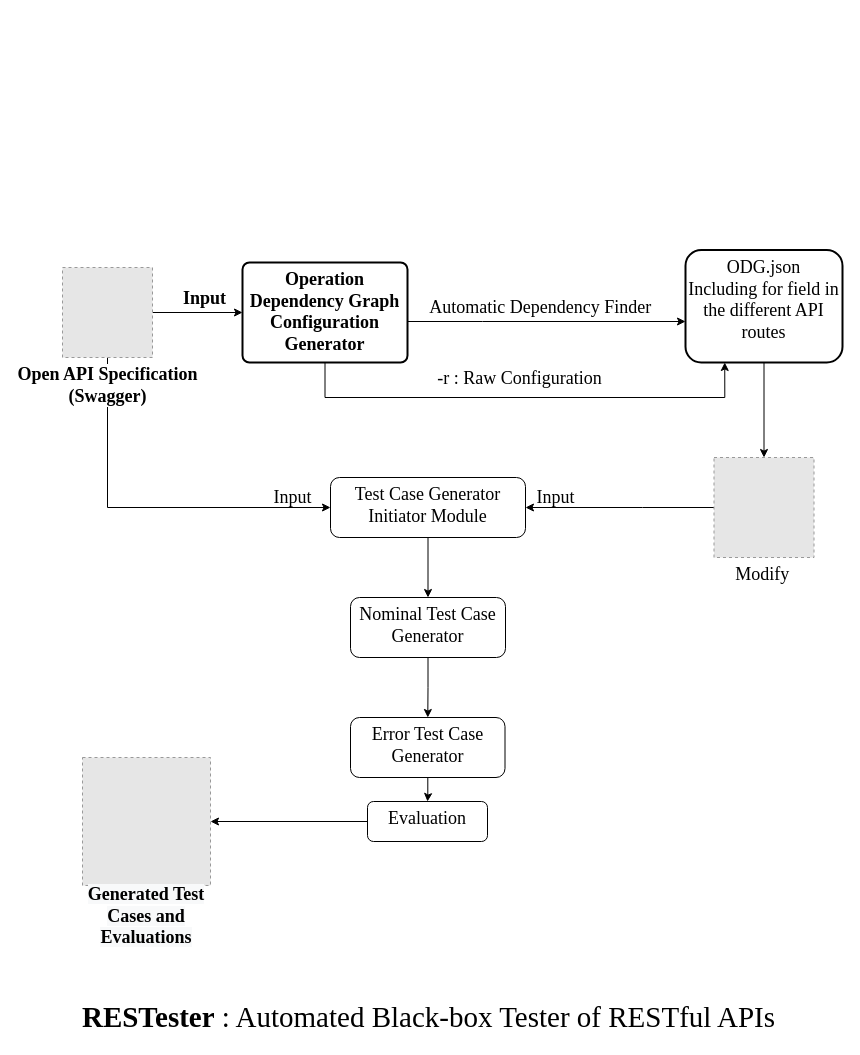
Earlier version of the draw.io diagram docs/RESTester.drawio (mmohajer9/RESTester). Source tidied: cells renumbered, new cells numbered last; positions are measured from the earlier drawing's top-left corner, leaving out a move shared by most shapes. Both pictures are drawn from the tidied source at 100%, with x=0, y=0 at pixel (62, 249). Pictures stored in the file or linked from it are replaced by grey dashed boxes.
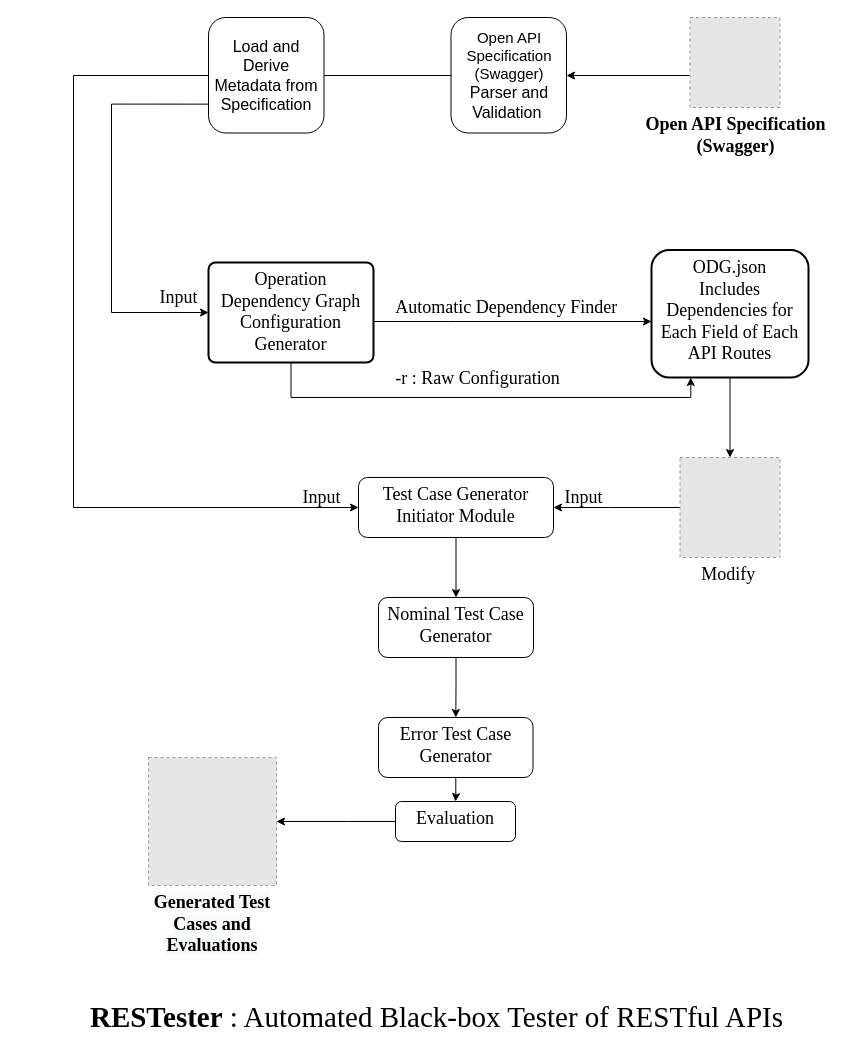
The same diagram, later.

The edit, as a diff of the source:
```diff
@@
-    <mxCell id="2" style="edgeStyle=orthogonalEdgeStyle;rounded=0;jettySize=auto;html=1;exitX=1;exitY=0.5;exitDx=0;exitDy=0;entryX=0;entryY=0.5;entryDx=0;entryDy=0;fontFamily=Times New Roman;fontSize=18;align=center;" parent="1" edge="1" source="5" target="10">
-      <mxGeometry relative="1" as="geometry" />
-    </mxCell>
-    <mxCell id="3" value="Input" style="edgeLabel;html=1;align=center;verticalAlign=middle;fontSize=18;fontFamily=Times New Roman;fontStyle=1;" parent="2" vertex="1">
-      <mxGeometry x="0.26" y="-1" relative="1" as="geometry">
-        <mxPoint x="-6" y="-16" as="offset" />
-      </mxGeometry>
-    </mxCell>
-    <mxCell id="4" style="edgeStyle=orthogonalEdgeStyle;rounded=0;jettySize=auto;html=1;fontFamily=Times New Roman;fontSize=18;entryX=0;entryY=0.5;entryDx=0;entryDy=0;align=center;" parent="1" edge="1" source="5" target="16">
+    <mxCell id="4" style="edgeStyle=orthogonalEdgeStyle;rounded=0;jettySize=auto;html=1;fontFamily=Times New Roman;fontSize=18;entryX=0;entryY=0.5;entryDx=0;entryDy=0;align=center;exitX=0;exitY=0.173;exitDx=0;exitDy=0;exitPerimeter=0;" parent="1" edge="1" source="29" target="16">
       <mxGeometry relative="1" as="geometry">
         <Array as="points">
-          <mxPoint x="45" y="258" />
+          <mxPoint x="453" y="-174" />
+          <mxPoint x="11" y="-174" />
+          <mxPoint x="11" y="258" />
         </Array>
       </mxGeometry>
     </mxCell>
+    <mxCell id="28" style="edgeStyle=orthogonalEdgeStyle;rounded=0;jettySize=auto;html=1;" parent="1" edge="1" target="29">
+      <mxGeometry relative="1" as="geometry">
+        <mxPoint x="627" y="-174" as="sourcePoint" />
+        <Array as="points">
+          <mxPoint x="627" y="-174" />
+        </Array>
+      </mxGeometry>
+    </mxCell>
     <mxCell id="5" value="Open API Specification&lt;br style=&quot;font-size: 18px;&quot;&gt;(Swagger)" style="fillColor=#E6E6E6;strokeColor=#999999;dashed=1;verticalAlign=top;verticalLabelPosition=bottom;labelBackgroundColor=#ffffff;align=center;fontStyle=1;fontSize=18;html=1;fontFamily=Times New Roman;" parent="1" vertex="1">
-      <mxGeometry y="18" width="90" height="90" as="geometry" />
+      <mxGeometry x="627.5" y="-232" width="90" height="90" as="geometry" />
     </mxCell>
     <mxCell id="6" style="edgeStyle=orthogonalEdgeStyle;rounded=0;jettySize=auto;html=1;fontFamily=Times New Roman;fontSize=18;align=center;" parent="1" edge="1" source="10" target="12">
       <mxGeometry relative="1" as="geometry">
         <Array as="points">
-          <mxPoint x="420" y="72" />
-          <mxPoint x="420" y="72" />
+          <mxPoint x="386" y="72" />
+          <mxPoint x="386" y="72" />
         </Array>
       </mxGeometry>
     </mxCell>
@@
     <mxCell id="8" style="edgeStyle=orthogonalEdgeStyle;rounded=0;jettySize=auto;html=1;exitX=0.5;exitY=1;exitDx=0;exitDy=0;fontFamily=Times New Roman;fontSize=18;entryX=0.25;entryY=1;entryDx=0;entryDy=0;align=center;" parent="1" edge="1" source="10" target="12">
       <mxGeometry relative="1" as="geometry">
         <Array as="points">
-          <mxPoint x="262" y="148" />
-          <mxPoint x="662" y="148" />
+          <mxPoint x="228" y="148" />
+          <mxPoint x="628" y="148" />
         </Array>
       </mxGeometry>
     </mxCell>
@@
-    <mxCell id="10" value="&lt;b style=&quot;font-size: 18px;&quot;&gt;&lt;font style=&quot;font-size: 18px;&quot;&gt;Operation Dependency Graph Configuration Generator&lt;/font&gt;&lt;/b&gt;" style="rounded=1;whiteSpace=wrap;html=1;absoluteArcSize=1;arcSize=14;strokeWidth=2;fontFamily=Times New Roman;fontSize=18;align=center;verticalAlign=top;" parent="1" vertex="1">
-      <mxGeometry x="180" y="13" width="165" height="100" as="geometry" />
+    <mxCell id="10" value="&lt;span style=&quot;font-size: 18px ; font-weight: normal&quot;&gt;&lt;font style=&quot;font-size: 18px&quot;&gt;Operation Dependency Graph Configuration Generator&lt;/font&gt;&lt;/span&gt;" style="rounded=1;whiteSpace=wrap;html=1;absoluteArcSize=1;arcSize=14;strokeWidth=2;fontFamily=Times New Roman;fontSize=18;align=center;verticalAlign=top;fontStyle=1;" parent="1" vertex="1">
+      <mxGeometry x="146" y="13" width="165" height="100" as="geometry" />
     </mxCell>
@@
-    <mxCell id="12" value="ODG.json&lt;br&gt;Including for field in the different API routes" style="rounded=1;whiteSpace=wrap;html=1;fontFamily=Times New Roman;fontSize=18;verticalAlign=top;strokeWidth=2;arcSize=14;align=center;" parent="1" vertex="1">
-      <mxGeometry x="623" y="0.5" width="157" height="112.5" as="geometry" />
+    <mxCell id="12" value="ODG.json&lt;br&gt;Includes Dependencies for Each Field of Each API Routes" style="rounded=1;whiteSpace=wrap;html=1;fontFamily=Times New Roman;fontSize=18;verticalAlign=top;strokeWidth=2;arcSize=14;align=center;" parent="1" vertex="1">
+      <mxGeometry x="589" y="0.5" width="157" height="127.5" as="geometry" />
     </mxCell>
     <mxCell id="13" style="edgeStyle=orthogonalEdgeStyle;rounded=0;jettySize=auto;html=1;fontFamily=Times New Roman;fontSize=18;entryX=1;entryY=0.5;entryDx=0;entryDy=0;align=center;" parent="1" edge="1" source="14" target="16">
       <mxGeometry relative="1" as="geometry">
         <Array as="points">
-          <mxPoint x="580" y="258" />
-          <mxPoint x="580" y="258" />
+          <mxPoint x="546" y="258" />
+          <mxPoint x="546" y="258" />
         </Array>
       </mxGeometry>
     </mxCell>
     <mxCell id="14" value="Modify&amp;nbsp;" style="fillColor=#E6E6E6;strokeColor=#999999;dashed=1;html=1;verticalAlign=top;verticalLabelPosition=bottom;labelBackgroundColor=#ffffff;fontFamily=Times New Roman;fontSize=18;align=center;" parent="1" vertex="1">
-      <mxGeometry x="651.5" y="208" width="100" height="100" as="geometry" />
+      <mxGeometry x="617.5" y="208" width="100" height="100" as="geometry" />
     </mxCell>
@@
     <mxCell id="16" value="Test Case Generator&lt;br&gt;Initiator Module" style="rounded=1;whiteSpace=wrap;html=1;fontFamily=Times New Roman;fontSize=18;align=center;verticalAlign=top;" parent="1" vertex="1">
-      <mxGeometry x="268" y="228" width="195" height="60" as="geometry" />
+      <mxGeometry x="296" y="228" width="195" height="60" as="geometry" />
     </mxCell>
     <mxCell id="17" value="Input" style="text;html=1;align=center;verticalAlign=middle;strokeColor=none;fontSize=18;fontFamily=Times New Roman;" parent="1" vertex="1">
-      <mxGeometry x="200" y="228" width="60" height="40" as="geometry" />
+      <mxGeometry x="229" y="228" width="60" height="40" as="geometry" />
     </mxCell>
     <mxCell id="18" value="Input" style="text;html=1;align=center;verticalAlign=middle;strokeColor=none;fontSize=18;fontFamily=Times New Roman;" parent="1" vertex="1">
-      <mxGeometry x="463" y="228" width="60" height="40" as="geometry" />
+      <mxGeometry x="491" y="228" width="60" height="40" as="geometry" />
     </mxCell>
@@
     <mxCell id="20" value="Nominal Test Case Generator" style="rounded=1;whiteSpace=wrap;html=1;fontFamily=Times New Roman;fontSize=18;verticalAlign=top;align=center;" parent="1" vertex="1">
-      <mxGeometry x="288" y="348" width="155" height="60" as="geometry" />
+      <mxGeometry x="316" y="348" width="155" height="60" as="geometry" />
     </mxCell>
@@
     <mxCell id="22" value="Error Test Case Generator" style="whiteSpace=wrap;html=1;rounded=1;fontFamily=Times New Roman;fontSize=18;verticalAlign=top;align=center;" parent="1" vertex="1">
-      <mxGeometry x="288" y="468" width="154.5" height="60" as="geometry" />
+      <mxGeometry x="316" y="468" width="154.5" height="60" as="geometry" />
     </mxCell>
     <mxCell id="23" style="edgeStyle=orthogonalEdgeStyle;rounded=0;jettySize=auto;html=1;entryX=1;entryY=0.5;entryDx=0;entryDy=0;fontFamily=Times New Roman;fontSize=18;align=center;" parent="1" edge="1" source="24" target="25">
       <mxGeometry relative="1" as="geometry">
         <Array as="points">
-          <mxPoint x="320" y="572" />
-          <mxPoint x="320" y="572" />
+          <mxPoint x="286" y="572" />
+          <mxPoint x="286" y="572" />
         </Array>
       </mxGeometry>
     </mxCell>
     <mxCell id="24" value="Evaluation" style="whiteSpace=wrap;html=1;rounded=1;fontFamily=Times New Roman;fontSize=18;verticalAlign=top;align=center;" parent="1" vertex="1">
-      <mxGeometry x="305" y="552" width="120" height="40" as="geometry" />
+      <mxGeometry x="333" y="552" width="120" height="40" as="geometry" />
     </mxCell>
     <mxCell id="25" style="fillColor=#E6E6E6;strokeColor=#999999;dashed=1;html=1;verticalAlign=top;verticalLabelPosition=bottom;labelBackgroundColor=#ffffff;fontFamily=Times New Roman;fontSize=18;fontStyle=1;align=center;" parent="1" vertex="1">
-      <mxGeometry x="20" y="508" width="128" height="128" as="geometry" />
+      <mxGeometry x="86" y="508" width="128" height="128" as="geometry" />
     </mxCell>
     <mxCell id="26" value="&lt;span style=&quot;color: rgb(0, 0, 0); font-family: &amp;quot;times new roman&amp;quot;; font-size: 18px; font-style: normal; font-weight: 700; letter-spacing: normal; text-indent: 0px; text-transform: none; word-spacing: 0px; background-color: rgb(248, 249, 250); display: inline; float: none;&quot;&gt;Generated Test Cases and Evaluations&lt;/span&gt;" style="text;whiteSpace=wrap;html=1;fontSize=18;fontFamily=Times New Roman;align=center;" parent="1" vertex="1">
-      <mxGeometry x="8" y="628" width="152" height="60" as="geometry" />
+      <mxGeometry x="74" y="636" width="152" height="60" as="geometry" />
     </mxCell>
     <mxCell id="27" value="&lt;font style=&quot;font-size: 29px;&quot;&gt;&lt;b style=&quot;font-size: 29px;&quot;&gt;RESTester&lt;/b&gt; : Automated Black-box Tester of RESTful APIs&lt;/font&gt;" style="text;html=1;align=center;verticalAlign=middle;strokeColor=none;fontSize=29;fontFamily=Times New Roman;" parent="1" vertex="1">
-      <mxGeometry x="5.5" y="748" width="720" height="40" as="geometry" />
+      <mxGeometry x="14" y="748" width="720" height="40" as="geometry" />
     </mxCell>
+    <mxCell id="29" value="&lt;font&gt;&lt;span style=&quot;font-size: 15px&quot;&gt;Open API Specification&lt;/span&gt;&lt;br&gt;&lt;span style=&quot;font-size: 15px&quot;&gt;(Swagger)&lt;/span&gt;&lt;br&gt;&lt;font style=&quot;font-size: 16px&quot;&gt;Parser and Validation&amp;nbsp;&lt;/font&gt;&lt;/font&gt;" style="whiteSpace=wrap;html=1;rounded=1;fontStyle=0;" parent="1" vertex="1">
+      <mxGeometry x="388.5" y="-232" width="115.5" height="115.5" as="geometry" />
+    </mxCell>
+    <mxCell id="30" style="edgeStyle=orthogonalEdgeStyle;rounded=0;jettySize=auto;html=1;exitX=1;exitY=0.25;exitDx=0;exitDy=0;entryX=0;entryY=0.5;entryDx=0;entryDy=0;" parent="1" edge="1" source="31" target="10">
+      <mxGeometry relative="1" as="geometry">
+        <Array as="points">
+          <mxPoint x="49" y="-145" />
+          <mxPoint x="49" y="63" />
+        </Array>
+      </mxGeometry>
+    </mxCell>
+    <mxCell id="31" value="&lt;font style=&quot;font-size: 16px&quot;&gt;Load and Derive Metadata from Specification&lt;/font&gt;" style="whiteSpace=wrap;html=1;direction=west;glass=0;rounded=1;" parent="1" vertex="1">
+      <mxGeometry x="146" y="-232" width="115.5" height="115.5" as="geometry" />
+    </mxCell>
+    <mxCell id="3" value="Input" style="text;html=1;align=center;verticalAlign=middle;strokeColor=none;fontSize=18;fontFamily=Times New Roman;" parent="1" vertex="1">
+      <mxGeometry x="86" y="28" width="60" height="40" as="geometry" />
+    </mxCell>
```
